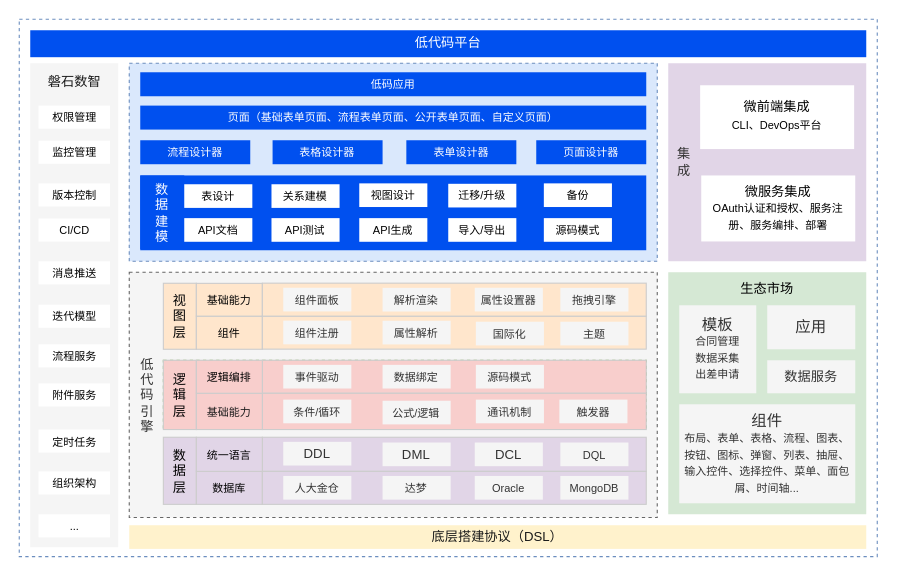
tangyaosimida/love keeps this draw.io diagram as 低代码—业务架构图.drawio. Above is the earlier version. Source tidied: cells renumbered, new cells numbered last; positions are measured from the earlier drawing's top-left corner, leaving out a move shared by most shapes. Both pictures are drawn from the tidied source at 110%, with x=0, y=0 at pixel (19, 19).
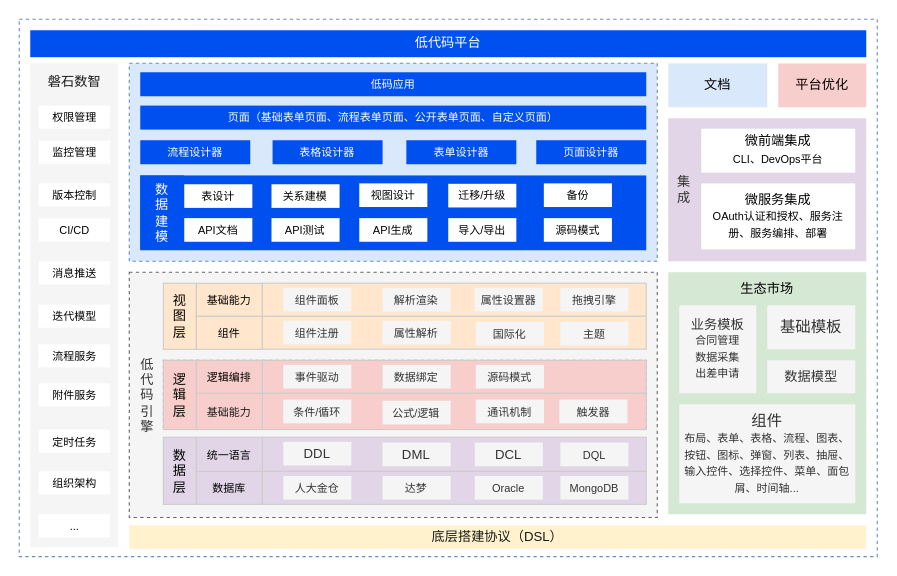
The same diagram, later.

Commit message:
更新低代码—业务架构图.drawio

What changed in the source:
```diff
@@
-    <mxCell id="58" value="&lt;font style=&quot;font-size: 14px;&quot;&gt;模板&lt;/font&gt;&lt;div style=&quot;line-height: 150%;&quot;&gt;合同管理&lt;/div&gt;&lt;div style=&quot;line-height: 150%;&quot;&gt;数据采集&lt;/div&gt;&lt;div style=&quot;line-height: 150%;&quot;&gt;出差申请&lt;/div&gt;" style="rounded=0;whiteSpace=wrap;html=1;strokeColor=none;fillColor=#f5f5f5;fontColor=#333333;fontSize=10;" parent="1" vertex="1">
+    <mxCell id="58" value="&lt;font style=&quot;font-size: 12px;&quot;&gt;业务模板&lt;/font&gt;&lt;div style=&quot;line-height: 150%;&quot;&gt;合同管理&lt;/div&gt;&lt;div style=&quot;line-height: 150%;&quot;&gt;数据采集&lt;/div&gt;&lt;div style=&quot;line-height: 150%;&quot;&gt;出差申请&lt;/div&gt;" style="rounded=0;whiteSpace=wrap;html=1;strokeColor=none;fillColor=#f5f5f5;fontColor=#333333;fontSize=10;" parent="1" vertex="1">
       <mxGeometry x="600" y="260" width="70" height="80" as="geometry" />
     </mxCell>
@@
-    <mxCell id="62" value="&lt;span style=&quot;font-size: 14px;&quot;&gt;应用&lt;/span&gt;" style="rounded=0;whiteSpace=wrap;html=1;strokeColor=none;fillColor=#f5f5f5;fontColor=#333333;fontSize=10;" parent="1" vertex="1">
+    <mxCell id="62" value="&lt;span style=&quot;font-size: 14px;&quot;&gt;基础模板&lt;/span&gt;" style="rounded=0;whiteSpace=wrap;html=1;strokeColor=none;fillColor=#f5f5f5;fontColor=#333333;fontSize=10;" parent="1" vertex="1">
       <mxGeometry x="680" y="260" width="80" height="40" as="geometry" />
     </mxCell>
-    <mxCell id="63" value="&lt;font style=&quot;font-size: 12px;&quot;&gt;数据服务&lt;/font&gt;" style="rounded=0;whiteSpace=wrap;html=1;strokeColor=none;fillColor=#f5f5f5;fontColor=#333333;fontSize=10;" parent="1" vertex="1">
+    <mxCell id="63" value="&lt;font style=&quot;font-size: 12px;&quot;&gt;数据模型&lt;/font&gt;" style="rounded=0;whiteSpace=wrap;html=1;strokeColor=none;fillColor=#f5f5f5;fontColor=#333333;fontSize=10;" parent="1" vertex="1">
       <mxGeometry x="680" y="310" width="80" height="30" as="geometry" />
     </mxCell>
@@
     <mxCell id="79" style="rounded=0;whiteSpace=wrap;html=1;fillColor=#e1d5e7;strokeColor=none;" parent="1" vertex="1">
-      <mxGeometry x="590" y="40" width="180" height="180" as="geometry" />
+      <mxGeometry x="590" y="90" width="180" height="130" as="geometry" />
     </mxCell>
     <mxCell id="80" value="&lt;font color=&quot;#333333&quot;&gt;集&lt;/font&gt;&lt;div&gt;&lt;font color=&quot;#333333&quot;&gt;成&lt;/font&gt;&lt;/div&gt;" style="text;html=1;align=center;verticalAlign=middle;whiteSpace=wrap;rounded=0;" parent="1" vertex="1">
-      <mxGeometry x="590" y="85.2" width="29" height="89.5" as="geometry" />
+      <mxGeometry x="590" y="110.4" width="29" height="89.5" as="geometry" />
     </mxCell>
     <mxCell id="81" value="微前端集成&lt;div style=&quot;line-height: 150%;&quot;&gt;&lt;font style=&quot;font-size: 10px;&quot;&gt;CLI、DevOps平台&lt;/font&gt;&lt;/div&gt;" style="rounded=0;whiteSpace=wrap;html=1;strokeColor=none;" parent="1" vertex="1">
-      <mxGeometry x="619" y="60" width="140" height="58" as="geometry" />
+      <mxGeometry x="620" y="99.5" width="140" height="40" as="geometry" />
     </mxCell>
     <mxCell id="82" value="微服务集&lt;font face=&quot;Helvetica&quot;&gt;成&lt;/font&gt;&lt;div style=&quot;line-height: 150%; font-size: 10px;&quot;&gt;&lt;font style=&quot;font-size: 10px;&quot; face=&quot;Helvetica&quot;&gt;&lt;span style=&quot;background: white;&quot; lang=&quot;EN-US&quot;&gt;OAuth&lt;/span&gt;&lt;span style=&quot;background: white;&quot;&gt;认证和授权、服务注册、服务编排、部署&lt;/span&gt;&lt;/font&gt;&lt;br&gt;&lt;/div&gt;" style="rounded=0;whiteSpace=wrap;html=1;strokeColor=none;" parent="1" vertex="1">
-      <mxGeometry x="620" y="142" width="140" height="60" as="geometry" />
+      <mxGeometry x="620" y="149.2" width="140" height="60" as="geometry" />
     </mxCell>
@@
+    <mxCell id="88" value="文档" style="rounded=0;whiteSpace=wrap;html=1;fillColor=#dae8fc;strokeColor=none;" parent="1" vertex="1">
+      <mxGeometry x="590" y="40.2" width="90" height="39.8" as="geometry" />
+    </mxCell>
+    <mxCell id="89" value="平台优化" style="rounded=0;whiteSpace=wrap;html=1;fillColor=#f8cecc;strokeColor=none;" parent="1" vertex="1">
+      <mxGeometry x="690" y="40.2" width="80" height="39.8" as="geometry" />
+    </mxCell>
```
